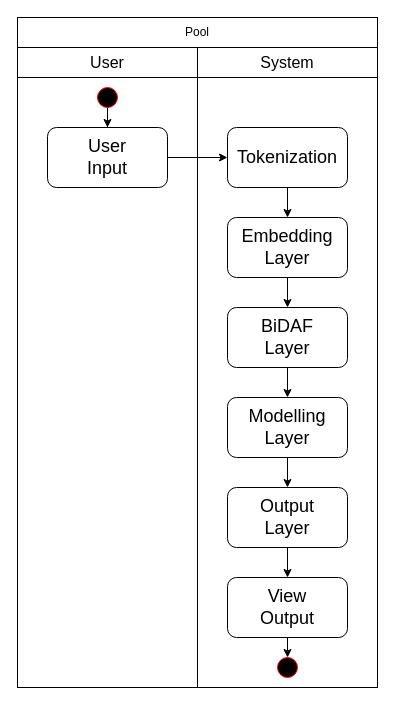
This is SRS Drafts/Swimlane1.drawio from m-ibrahim-khalil/SPL2-nlp, a draw.io file, before an edit. Source tidied: cells renumbered, new cells numbered last; positions are measured from the earlier drawing's top-left corner, leaving out a move shared by most shapes. Both pictures are drawn from the tidied source at 100%, with x=0, y=0 at pixel (17, 17).
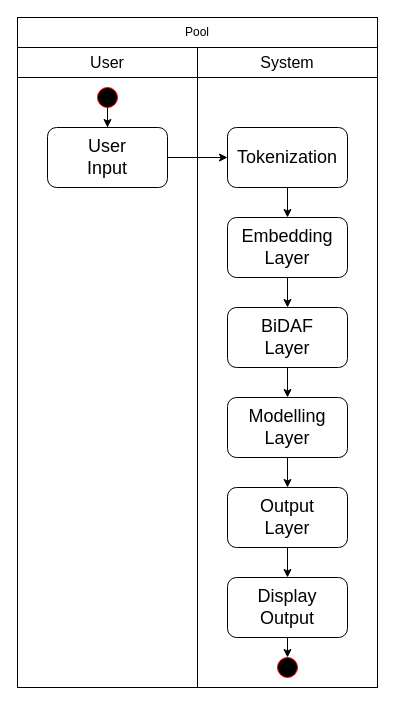
The same page after the edit.

Diff of the diagram source:
```diff
@@
-    <mxCell id="19" value="&lt;div&gt;&lt;font style=&quot;font-size: 18px&quot;&gt;View&lt;/font&gt;&lt;/div&gt;&lt;div&gt;&lt;font style=&quot;font-size: 18px&quot;&gt;Output&lt;/font&gt;&lt;br&gt;&lt;/div&gt;" style="rounded=1;whiteSpace=wrap;html=1;strokeColor=#000000;fillColor=#FFFFFF;" parent="1" vertex="1">
+    <mxCell id="19" value="&lt;font style=&quot;font-size: 18px&quot;&gt;Display&lt;/font&gt;&lt;div&gt;&lt;font style=&quot;font-size: 18px&quot;&gt;Output&lt;/font&gt;&lt;br&gt;&lt;/div&gt;" style="rounded=1;whiteSpace=wrap;html=1;strokeColor=#000000;fillColor=#FFFFFF;" parent="1" vertex="1">
       <mxGeometry x="210" y="560" width="120" height="60" as="geometry" />
     </mxCell>
```
